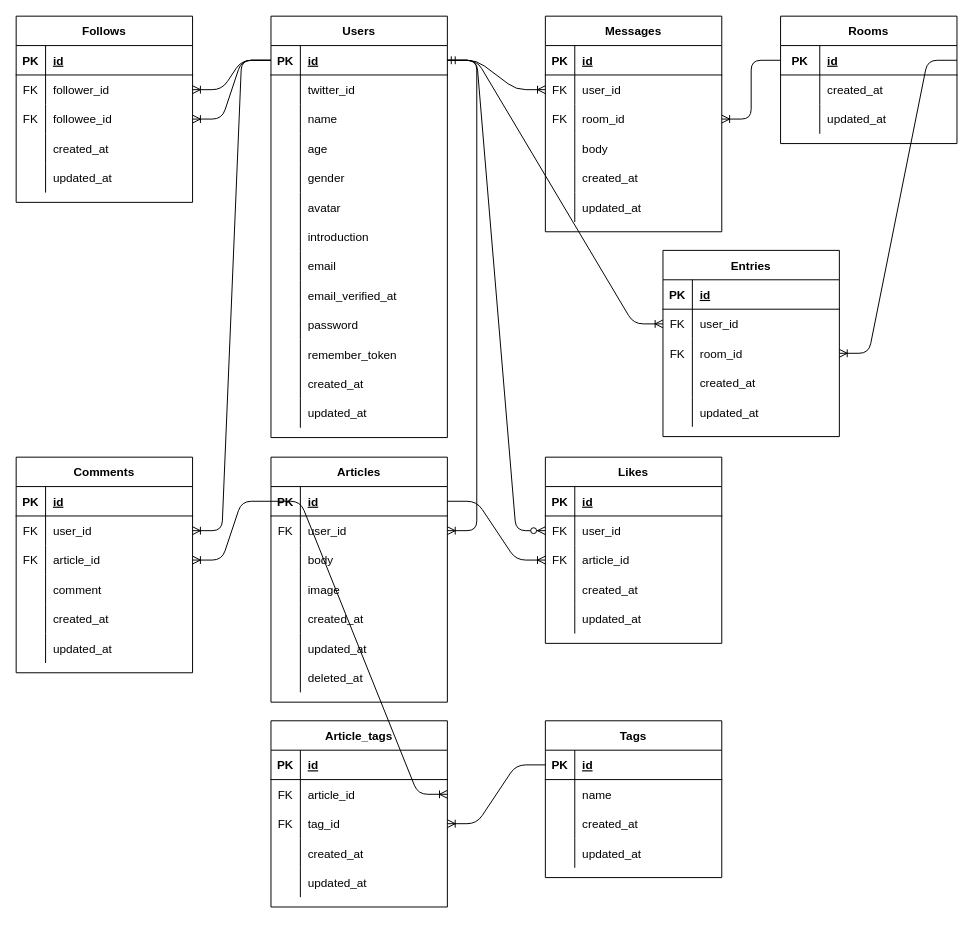
This is diagram/erd.drawio from kazumakishimoto/grfl, a draw.io file, before an edit. Source tidied: cells renumbered, new cells numbered last; positions are measured from the earlier drawing's top-left corner, leaving out a move shared by most shapes. Both pictures are drawn from the tidied source at 98%, with x=0, y=0 at pixel (16, 16).
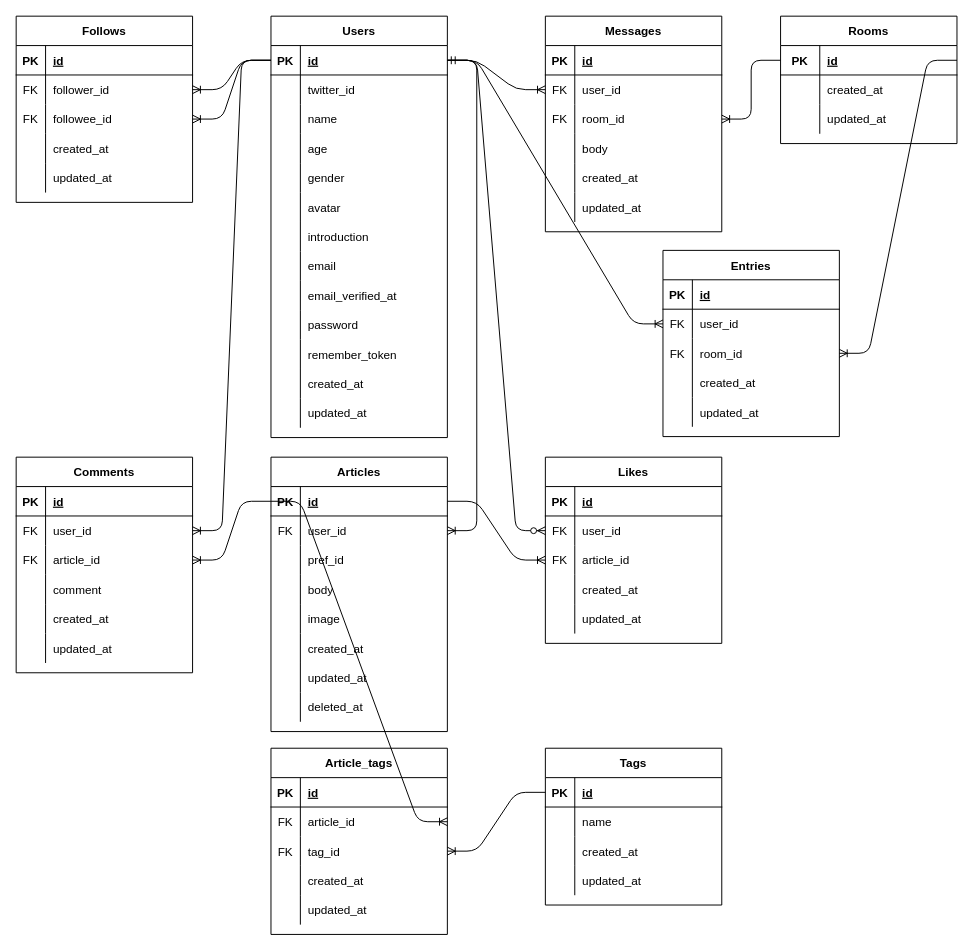
Above is the later version.

Diff of the diagram source:
```diff
@@
     <mxCell id="87" value="Articles" style="shape=table;startSize=30;childLayout=tableLayout;rowLines=0;fontStyle=1;align=center;" parent="1" vertex="1">
-      <mxGeometry x="260" y="450" width="180" height="250" as="geometry" />
+      <mxGeometry x="260" y="450" width="180" height="280" as="geometry" />
     </mxCell>
@@
+    <mxCell id="202" style="shape=partialRectangle;fillColor=none;top=0;left=0;bottom=0;right=0;" parent="87" vertex="1">
+      <mxGeometry y="90" width="180" height="30" as="geometry" />
+    </mxCell>
+    <mxCell id="203" style="shape=partialRectangle;fillColor=none;top=0;left=0;bottom=0;right=0;overflow=hidden;" parent="202" vertex="1">
+      <mxGeometry width="30" height="30" as="geometry" />
+    </mxCell>
+    <mxCell id="204" value="pref_id" style="shape=partialRectangle;fillColor=none;top=0;left=0;bottom=0;right=0;align=left;spacingLeft=6;overflow=hidden;" parent="202" vertex="1">
+      <mxGeometry x="30" width="150" height="30" as="geometry" />
+    </mxCell>
     <mxCell id="94" style="shape=partialRectangle;fillColor=none;top=0;left=0;bottom=0;right=0;" parent="87" vertex="1">
-      <mxGeometry y="90" width="180" height="30" as="geometry" />
+      <mxGeometry y="120" width="180" height="30" as="geometry" />
     </mxCell>
@@
     <mxCell id="97" style="shape=partialRectangle;fillColor=none;top=0;left=0;bottom=0;right=0;" parent="87" vertex="1">
-      <mxGeometry y="120" width="180" height="30" as="geometry" />
+      <mxGeometry y="150" width="180" height="30" as="geometry" />
     </mxCell>
@@
     <mxCell id="100" style="shape=partialRectangle;fillColor=none;top=0;left=0;bottom=0;right=0;" parent="87" vertex="1">
-      <mxGeometry y="150" width="180" height="30" as="geometry" />
+      <mxGeometry y="180" width="180" height="30" as="geometry" />
     </mxCell>
@@
     <mxCell id="103" style="shape=partialRectangle;fillColor=none;top=0;left=0;bottom=0;right=0;" parent="87" vertex="1">
-      <mxGeometry y="180" width="180" height="30" as="geometry" />
+      <mxGeometry y="210" width="180" height="30" as="geometry" />
     </mxCell>
@@
     <mxCell id="106" style="shape=partialRectangle;fillColor=none;top=0;left=0;bottom=0;right=0;" parent="87" vertex="1">
-      <mxGeometry y="210" width="180" height="30" as="geometry" />
+      <mxGeometry y="240" width="180" height="30" as="geometry" />
     </mxCell>
@@
     <mxCell id="160" value="Article_tags" style="shape=table;startSize=30;childLayout=tableLayout;rowLines=0;fontStyle=1;align=center;" parent="1" vertex="1">
-      <mxGeometry x="260" y="719" width="180" height="190" as="geometry" />
+      <mxGeometry x="260" y="747" width="180" height="190" as="geometry" />
     </mxCell>
@@
     <mxCell id="176" value="Tags" style="shape=table;startSize=30;childLayout=tableLayout;rowLines=0;fontStyle=1;align=center;" parent="1" vertex="1">
-      <mxGeometry x="540" y="719" width="180" height="160" as="geometry" />
+      <mxGeometry x="540" y="747" width="180" height="160" as="geometry" />
     </mxCell>
```
